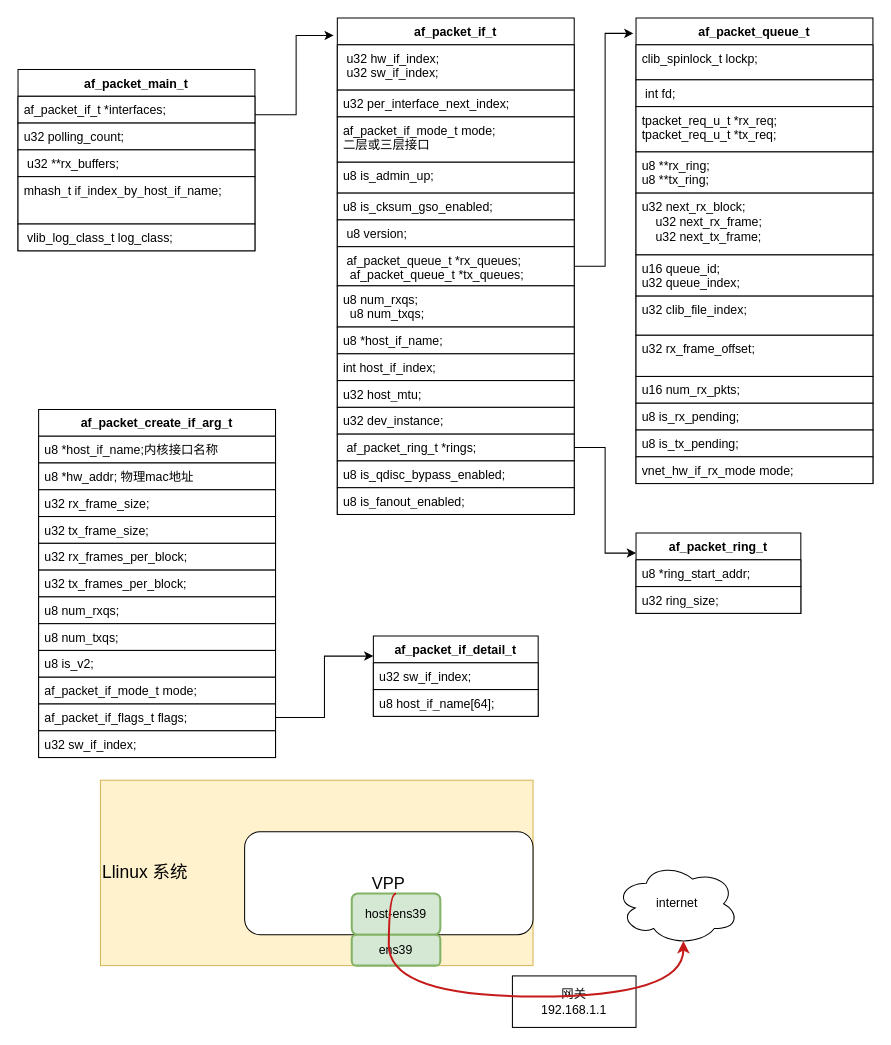
Earlier version of the draw.io diagram new_map/AF_PACKET.drawio (jin13417/dpdk-vpp-learning). Source tidied: cells renumbered, new cells numbered last; positions are measured from the earlier drawing's top-left corner, leaving out a move shared by most shapes. Both pictures are drawn from the tidied source at 103%, with x=0, y=0 at pixel (18, 18).
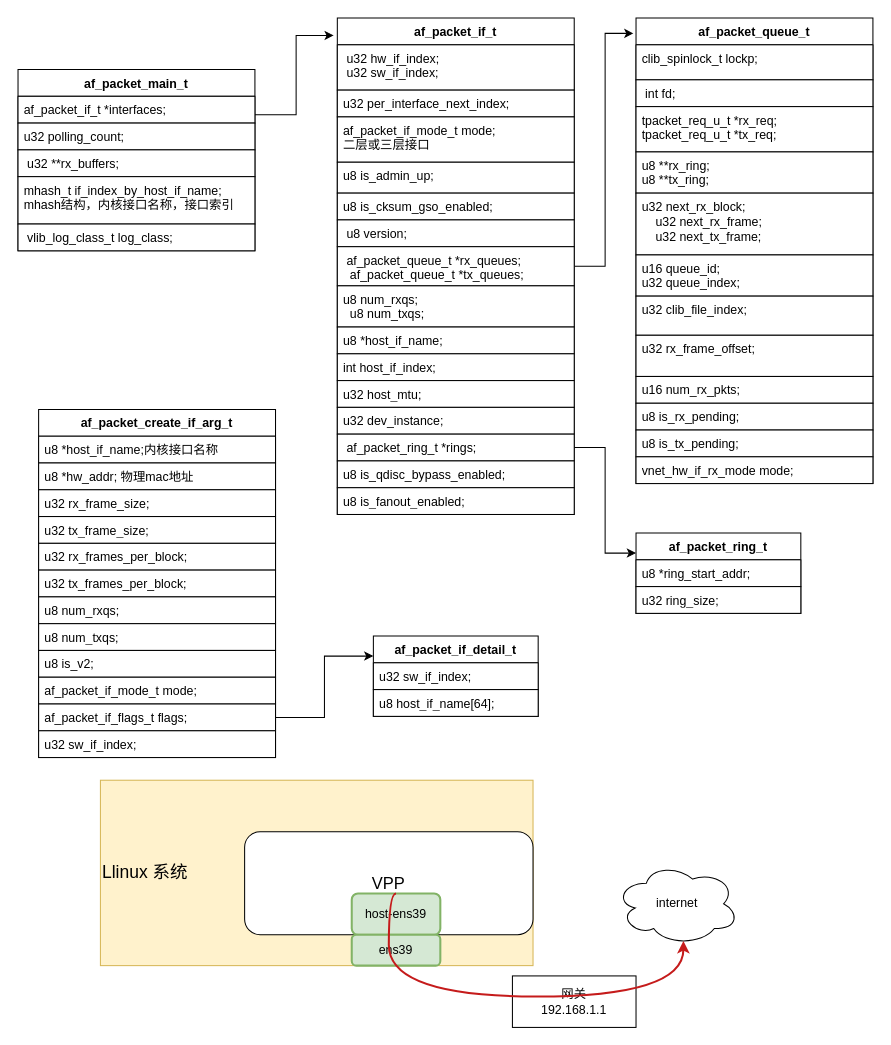
After the change.

The change refers to these unchanged cells:
```xml
<mxCell id="10" value="af_packet_main_t" style="swimlane;fontStyle=1;align=center;verticalAlign=top;horizontal=1;startSize=26;whiteSpace=wrap;html=1;" parent="1" vertex="1">
  <mxGeometry y="50" width="230" height="176" as="geometry" />
</mxCell>
```

Change to the diagram source:
```diff
@@
-    <mxCell id="14" value="mhash_t if_index_by_host_if_name;" style="text;strokeColor=default;fillColor=default;align=left;verticalAlign=top;spacingLeft=4;spacingRight=4;overflow=hidden;whiteSpace=wrap;html=1;" parent="10" vertex="1">
+    <mxCell id="14" value="mhash_t if_index_by_host_if_name;&lt;br&gt;mhash结构，内核接口名称，接口索引" style="text;strokeColor=default;fillColor=default;align=left;verticalAlign=top;spacingLeft=4;spacingRight=4;overflow=hidden;whiteSpace=wrap;html=1;" parent="10" vertex="1">
       <mxGeometry y="104" width="230" height="46" as="geometry" />
     </mxCell>
```
